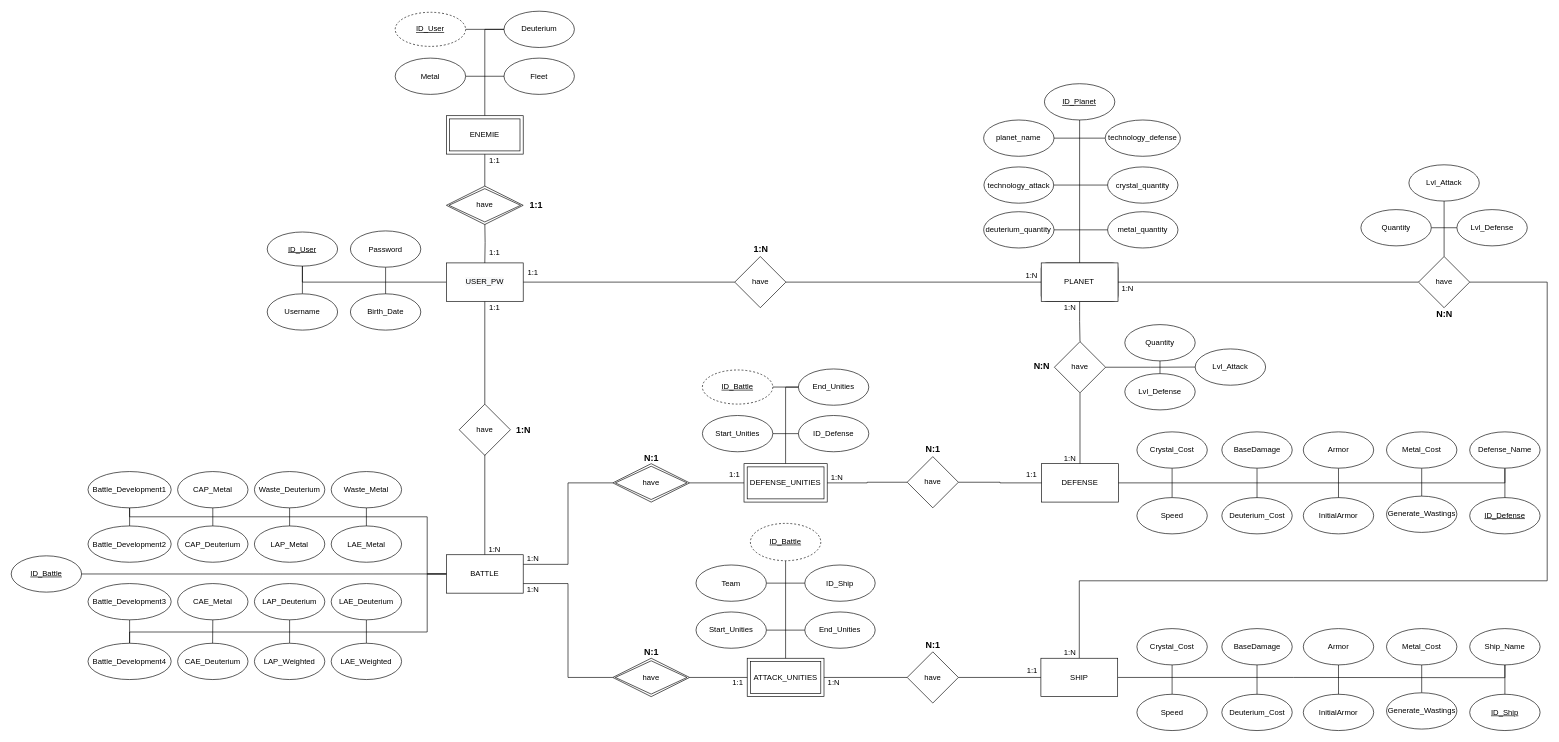
Earlier version of the draw.io diagram M2/diagama_de_chen/diagrama_chen.drawio (aleeiix10/ProjectPlanetWars). Source tidied: cells renumbered, new cells numbered last; positions are measured from the earlier drawing's top-left corner, leaving out a move shared by most shapes. Both pictures are drawn from the tidied source at 64%, with x=0, y=0 at pixel (11, 11).
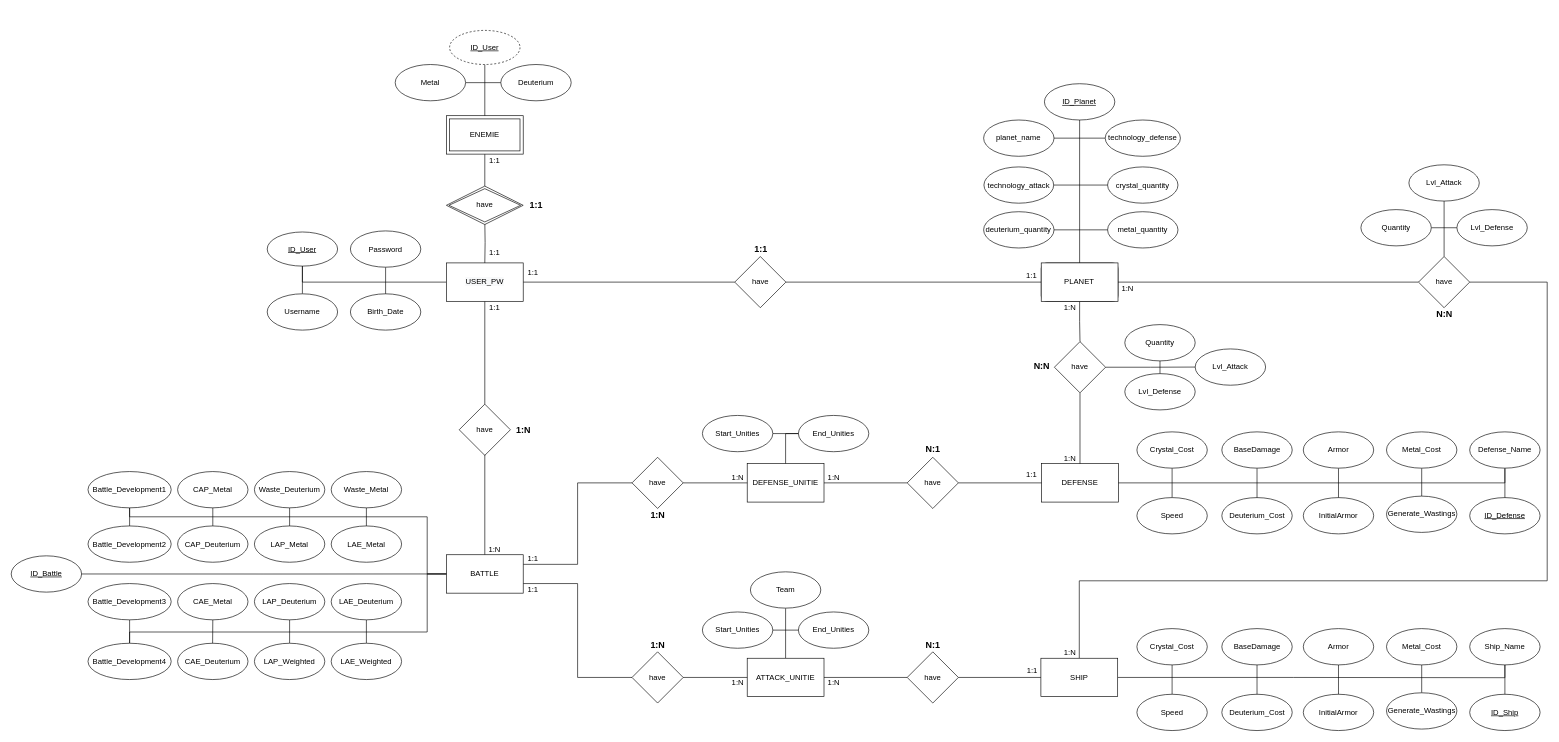
After the change.

Unchanged cells that the change refers to:
```xml
<mxCell id="12" value="BATTLE" style="rounded=0;whiteSpace=wrap;html=1;" parent="1" vertex="1">
  <mxGeometry x="680" y="849.3" width="120" height="60" as="geometry" />
</mxCell>
<mxCell id="63" value="&lt;span style=&quot;font-family: helvetica;&quot;&gt;ENEMIE&lt;/span&gt;" style="shape=ext;margin=3;double=1;whiteSpace=wrap;html=1;align=center;" parent="1" vertex="1">
  <mxGeometry x="680" y="163.3" width="120" height="60" as="geometry" />
</mxCell>
<mxCell id="168" value="have" style="rhombus;whiteSpace=wrap;html=1;" parent="1" vertex="1">
  <mxGeometry x="1400" y="1001" width="80" height="80" as="geometry" />
</mxCell>
```

What changed in the source:
```diff
@@
-    <mxCell id="9" style="edgeStyle=orthogonalEdgeStyle;rounded=0;jettySize=auto;html=1;exitX=1;exitY=0.25;exitDx=0;exitDy=0;entryX=0;entryY=0.5;entryDx=0;entryDy=0;endArrow=none;endFill=0;" parent="1" edge="1" source="12" target="28">
+    <mxCell id="9" style="edgeStyle=orthogonalEdgeStyle;rounded=0;jettySize=auto;html=1;exitX=1;exitY=0.25;exitDx=0;exitDy=0;entryX=0;entryY=0.5;entryDx=0;entryDy=0;endArrow=none;endFill=0;" parent="1" edge="1" source="12" target="184">
       <mxGeometry relative="1" as="geometry" />
     </mxCell>
-    <mxCell id="10" style="edgeStyle=orthogonalEdgeStyle;rounded=0;jettySize=auto;html=1;exitX=1;exitY=0.75;exitDx=0;exitDy=0;entryX=0;entryY=0.5;entryDx=0;entryDy=0;endArrow=none;endFill=0;" parent="1" edge="1" source="12" target="26">
+    <mxCell id="10" style="edgeStyle=orthogonalEdgeStyle;rounded=0;jettySize=auto;html=1;exitX=1;exitY=0.75;exitDx=0;exitDy=0;entryX=0;entryY=0.5;entryDx=0;entryDy=0;endArrow=none;endFill=0;" parent="1" edge="1" source="12" target="186">
       <mxGeometry relative="1" as="geometry" />
     </mxCell>
@@
-    <mxCell id="17" value="&lt;b&gt;&lt;font style=&quot;font-size: 14px&quot;&gt;1:N&lt;/font&gt;&lt;/b&gt;" style="text;html=1;align=center;verticalAlign=middle;strokeColor=none;fillColor=none;" parent="1" vertex="1">
+    <mxCell id="17" value="&lt;b&gt;&lt;font style=&quot;font-size: 14px&quot;&gt;1:1&lt;/font&gt;&lt;/b&gt;" style="text;html=1;align=center;verticalAlign=middle;strokeColor=none;fillColor=none;" parent="1" vertex="1">
       <mxGeometry x="1150.5" y="361.6" width="40" height="20" as="geometry" />
     </mxCell>
@@
-    <mxCell id="21" style="edgeStyle=orthogonalEdgeStyle;rounded=0;jettySize=auto;html=1;exitX=1;exitY=0.5;exitDx=0;exitDy=0;entryX=0;entryY=0.5;entryDx=0;entryDy=0;endArrow=none;endFill=0;" parent="1" edge="1" source="22" target="168">
+    <mxCell id="21" style="edgeStyle=orthogonalEdgeStyle;rounded=0;jettySize=auto;html=1;exitX=1;exitY=0.5;exitDx=0;exitDy=0;entryX=0;entryY=0.5;entryDx=0;entryDy=0;endArrow=none;endFill=0;" parent="1" edge="1" source="179" target="168">
       <mxGeometry relative="1" as="geometry" />
     </mxCell>
-    <mxCell id="22" value="ATTACK_UNITIES" style="shape=ext;margin=3;double=1;whiteSpace=wrap;html=1;align=center;" parent="1" vertex="1">
-      <mxGeometry x="1150" y="1011" width="120" height="60" as="geometry" />
-    </mxCell>
-    <mxCell id="23" style="edgeStyle=orthogonalEdgeStyle;rounded=0;jettySize=auto;html=1;exitX=0.5;exitY=0;exitDx=0;exitDy=0;entryX=0;entryY=0.5;entryDx=0;entryDy=0;endArrow=none;endFill=0;" parent="1" edge="1" source="24" target="141">
-      <mxGeometry relative="1" as="geometry" />
-    </mxCell>
-    <mxCell id="24" value="DEFENSE_UNITIES" style="shape=ext;margin=3;double=1;whiteSpace=wrap;html=1;align=center;" parent="1" vertex="1">
-      <mxGeometry x="1145" y="707" width="130" height="60" as="geometry" />
-    </mxCell>
-    <mxCell id="25" style="edgeStyle=orthogonalEdgeStyle;rounded=0;jettySize=auto;html=1;exitX=1;exitY=0.5;exitDx=0;exitDy=0;entryX=0;entryY=0.5;entryDx=0;entryDy=0;endArrow=none;endFill=0;" parent="1" edge="1" source="26" target="22">
-      <mxGeometry relative="1" as="geometry" />
-    </mxCell>
-    <mxCell id="26" value="have" style="shape=rhombus;double=1;perimeter=rhombusPerimeter;whiteSpace=wrap;html=1;align=center;" parent="1" vertex="1">
-      <mxGeometry x="940" y="1011" width="120" height="60" as="geometry" />
-    </mxCell>
-    <mxCell id="27" style="edgeStyle=orthogonalEdgeStyle;rounded=0;jettySize=auto;html=1;exitX=1;exitY=0.5;exitDx=0;exitDy=0;entryX=0;entryY=0.5;entryDx=0;entryDy=0;endArrow=none;endFill=0;" parent="1" edge="1" source="28" target="24">
-      <mxGeometry relative="1" as="geometry" />
-    </mxCell>
-    <mxCell id="28" value="have" style="shape=rhombus;double=1;perimeter=rhombusPerimeter;whiteSpace=wrap;html=1;align=center;" parent="1" vertex="1">
-      <mxGeometry x="940" y="707" width="120" height="60" as="geometry" />
-    </mxCell>
@@
-    <mxCell id="62" style="edgeStyle=orthogonalEdgeStyle;rounded=0;jettySize=auto;html=1;exitX=0.5;exitY=0;exitDx=0;exitDy=0;entryX=0;entryY=0.5;entryDx=0;entryDy=0;endArrow=none;endFill=0;" parent="1" edge="1" source="63" target="64">
-      <mxGeometry relative="1" as="geometry" />
-    </mxCell>
@@
     <mxCell id="64" value="Deuterium" style="ellipse;whiteSpace=wrap;html=1;" parent="1" vertex="1">
-      <mxGeometry x="770" width="110" height="56.7" as="geometry" />
+      <mxGeometry x="765" y="83.3" width="110" height="56.7" as="geometry" />
     </mxCell>
-    <mxCell id="65" value="Fleet" style="ellipse;whiteSpace=wrap;html=1;" parent="1" vertex="1">
-      <mxGeometry x="770" y="73.3" width="110" height="56.7" as="geometry" />
-    </mxCell>
-    <mxCell id="66" style="edgeStyle=orthogonalEdgeStyle;rounded=0;jettySize=auto;html=1;exitX=1;exitY=0.5;exitDx=0;exitDy=0;entryX=0;entryY=0.5;entryDx=0;entryDy=0;endArrow=none;endFill=0;" parent="1" edge="1" source="67" target="65">
-      <mxGeometry relative="1" as="geometry" />
-    </mxCell>
+    <mxCell id="175" style="edgeStyle=orthogonalEdgeStyle;rounded=0;jettySize=auto;html=1;exitX=1;exitY=0.5;exitDx=0;exitDy=0;entryX=0;entryY=0.5;entryDx=0;entryDy=0;endArrow=none;endFill=0;" parent="1" edge="1" source="67" target="64">
+      <mxGeometry relative="1" as="geometry" />
+    </mxCell>
     <mxCell id="67" value="Metal" style="ellipse;whiteSpace=wrap;html=1;" parent="1" vertex="1">
-      <mxGeometry x="600" y="73.3" width="110" height="56.7" as="geometry" />
+      <mxGeometry x="600" y="83.3" width="110" height="56.7" as="geometry" />
     </mxCell>
-    <mxCell id="68" style="edgeStyle=orthogonalEdgeStyle;rounded=0;jettySize=auto;html=1;exitX=1;exitY=0.5;exitDx=0;exitDy=0;entryX=0;entryY=0.5;entryDx=0;entryDy=0;endArrow=none;endFill=0;" parent="1" edge="1" source="69" target="64">
-      <mxGeometry relative="1" as="geometry" />
-    </mxCell>
+    <mxCell id="176" style="edgeStyle=orthogonalEdgeStyle;rounded=0;jettySize=auto;html=1;exitX=0.5;exitY=1;exitDx=0;exitDy=0;entryX=0.5;entryY=0;entryDx=0;entryDy=0;endArrow=none;endFill=0;" parent="1" edge="1" source="69" target="63">
+      <mxGeometry relative="1" as="geometry" />
+    </mxCell>
     <mxCell id="69" value="&lt;u&gt;ID_User&lt;/u&gt;" style="ellipse;whiteSpace=wrap;html=1;align=center;dashed=1;" parent="1" vertex="1">
-      <mxGeometry x="600" y="1.7" width="110" height="53.3" as="geometry" />
+      <mxGeometry x="685" y="30" width="110" height="53.3" as="geometry" />
     </mxCell>
@@
-    <mxCell id="88" value="1:N" style="text;html=1;align=center;verticalAlign=middle;strokeColor=none;fillColor=none;" parent="1" vertex="1">
+    <mxCell id="88" value="1:1" style="text;html=1;align=center;verticalAlign=middle;strokeColor=none;fillColor=none;" parent="1" vertex="1">
       <mxGeometry x="1579.4" y="403.3" width="30" height="20" as="geometry" />
     </mxCell>
@@
-    <mxCell id="138" style="edgeStyle=orthogonalEdgeStyle;rounded=0;jettySize=auto;html=1;exitX=0;exitY=0.5;exitDx=0;exitDy=0;entryX=1;entryY=0.5;entryDx=0;entryDy=0;endArrow=none;endFill=0;" parent="1" edge="1" source="167" target="24">
-      <mxGeometry relative="1" as="geometry" />
-    </mxCell>
@@
-    <mxCell id="140" value="ID_Defense" style="ellipse;whiteSpace=wrap;html=1;" parent="1" vertex="1">
-      <mxGeometry x="1230" y="631.7" width="110" height="56.7" as="geometry" />
-    </mxCell>
     <mxCell id="141" value="End_Unities" style="ellipse;whiteSpace=wrap;html=1;" parent="1" vertex="1">
-      <mxGeometry x="1230" y="559" width="110" height="56.7" as="geometry" />
+      <mxGeometry x="1230" y="631.6" width="110" height="56.7" as="geometry" />
     </mxCell>
-    <mxCell id="142" style="edgeStyle=orthogonalEdgeStyle;rounded=0;jettySize=auto;html=1;exitX=1;exitY=0.5;exitDx=0;exitDy=0;entryX=0;entryY=0.5;entryDx=0;entryDy=0;endArrow=none;endFill=0;" parent="1" edge="1" source="143" target="140">
-      <mxGeometry relative="1" as="geometry" />
-    </mxCell>
+    <mxCell id="177" style="edgeStyle=orthogonalEdgeStyle;rounded=0;jettySize=auto;html=1;exitX=1;exitY=0.5;exitDx=0;exitDy=0;entryX=0;entryY=0.5;entryDx=0;entryDy=0;endArrow=none;endFill=0;" parent="1" edge="1" source="143" target="141">
+      <mxGeometry relative="1" as="geometry" />
+    </mxCell>
     <mxCell id="143" value="Start_Unities" style="ellipse;whiteSpace=wrap;html=1;" parent="1" vertex="1">
-      <mxGeometry x="1080" y="631.7" width="110" height="56.7" as="geometry" />
+      <mxGeometry x="1080" y="631.6" width="110" height="56.7" as="geometry" />
     </mxCell>
-    <mxCell id="144" style="edgeStyle=orthogonalEdgeStyle;rounded=0;jettySize=auto;html=1;exitX=1;exitY=0.5;exitDx=0;exitDy=0;entryX=0;entryY=0.5;entryDx=0;entryDy=0;endArrow=none;endFill=0;" parent="1" edge="1" source="145" target="141">
-      <mxGeometry relative="1" as="geometry" />
-    </mxCell>
-    <mxCell id="145" value="&lt;u&gt;ID_Battle&lt;/u&gt;" style="ellipse;whiteSpace=wrap;html=1;align=center;dashed=1;" parent="1" vertex="1">
-      <mxGeometry x="1080" y="560.6" width="110" height="53.3" as="geometry" />
-    </mxCell>
-    <mxCell id="146" value="ID_Ship" style="ellipse;whiteSpace=wrap;html=1;" parent="1" vertex="1">
-      <mxGeometry x="1240" y="865.3" width="110" height="56.7" as="geometry" />
-    </mxCell>
     <mxCell id="147" value="End_Unities" style="ellipse;whiteSpace=wrap;html=1;" parent="1" vertex="1">
-      <mxGeometry x="1240" y="938.7" width="110" height="56.7" as="geometry" />
+      <mxGeometry x="1230" y="938.7" width="110" height="56.7" as="geometry" />
     </mxCell>
@@
     <mxCell id="149" value="Start_Unities" style="ellipse;whiteSpace=wrap;html=1;" parent="1" vertex="1">
-      <mxGeometry x="1070" y="938.7" width="110" height="56.7" as="geometry" />
+      <mxGeometry x="1080" y="938.7" width="110" height="56.7" as="geometry" />
     </mxCell>
-    <mxCell id="150" style="edgeStyle=orthogonalEdgeStyle;rounded=0;jettySize=auto;html=1;exitX=1;exitY=0.5;exitDx=0;exitDy=0;entryX=0;entryY=0.5;entryDx=0;entryDy=0;endArrow=none;endFill=0;" parent="1" edge="1" source="151" target="146">
-      <mxGeometry relative="1" as="geometry" />
-    </mxCell>
+    <mxCell id="178" style="edgeStyle=orthogonalEdgeStyle;rounded=0;jettySize=auto;html=1;exitX=0.5;exitY=1;exitDx=0;exitDy=0;entryX=0.5;entryY=0;entryDx=0;entryDy=0;endArrow=none;endFill=0;" parent="1" edge="1" source="151" target="179">
+      <mxGeometry relative="1" as="geometry" />
+    </mxCell>
     <mxCell id="151" value="Team" style="ellipse;whiteSpace=wrap;html=1;" parent="1" vertex="1">
-      <mxGeometry x="1070" y="865.3" width="110" height="56.7" as="geometry" />
+      <mxGeometry x="1155" y="876" width="110" height="56.7" as="geometry" />
     </mxCell>
-    <mxCell id="152" style="edgeStyle=orthogonalEdgeStyle;rounded=0;jettySize=auto;html=1;exitX=0.5;exitY=1;exitDx=0;exitDy=0;entryX=0.5;entryY=0;entryDx=0;entryDy=0;endArrow=none;endFill=0;" parent="1" edge="1" source="153" target="22">
-      <mxGeometry relative="1" as="geometry" />
-    </mxCell>
-    <mxCell id="153" value="&lt;u&gt;ID_Battle&lt;/u&gt;" style="ellipse;whiteSpace=wrap;html=1;align=center;dashed=1;" parent="1" vertex="1">
-      <mxGeometry x="1155" y="800.3" width="110" height="58.3" as="geometry" />
-    </mxCell>
-    <mxCell id="154" value="1:N" style="text;html=1;align=center;verticalAlign=middle;strokeColor=none;fillColor=none;" parent="1" vertex="1">
+    <mxCell id="154" value="1:1" style="text;html=1;align=center;verticalAlign=middle;strokeColor=none;fillColor=none;" parent="1" vertex="1">
       <mxGeometry x="800" y="845.3" width="30" height="20" as="geometry" />
     </mxCell>
-    <mxCell id="155" value="1:N" style="text;html=1;align=center;verticalAlign=middle;strokeColor=none;fillColor=none;" parent="1" vertex="1">
+    <mxCell id="155" value="1:1" style="text;html=1;align=center;verticalAlign=middle;strokeColor=none;fillColor=none;" parent="1" vertex="1">
       <mxGeometry x="800" y="894.3" width="30" height="20" as="geometry" />
     </mxCell>
     <mxCell id="156" value="1:N" style="text;html=1;align=center;verticalAlign=middle;strokeColor=none;fillColor=none;" parent="1" vertex="1">
-      <mxGeometry x="1275" y="719.3" width="30" height="20" as="geometry" />
+      <mxGeometry x="1270" y="719.3" width="30" height="20" as="geometry" />
     </mxCell>
-    <mxCell id="157" value="1:1" style="text;html=1;align=center;verticalAlign=middle;strokeColor=none;fillColor=none;" parent="1" vertex="1">
+    <mxCell id="157" value="1:N" style="text;html=1;align=center;verticalAlign=middle;strokeColor=none;fillColor=none;" parent="1" vertex="1">
       <mxGeometry x="1120" y="1040" width="30" height="20" as="geometry" />
     </mxCell>
-    <mxCell id="158" value="&lt;font style=&quot;font-size: 14px&quot;&gt;&lt;b&gt;N:1&lt;/b&gt;&lt;/font&gt;" style="text;html=1;align=center;verticalAlign=middle;strokeColor=none;fillColor=none;fontSize=12;" parent="1" vertex="1">
-      <mxGeometry x="980" y="991" width="40" height="20" as="geometry" />
+    <mxCell id="158" value="&lt;font style=&quot;font-size: 14px&quot;&gt;&lt;b&gt;1:N&lt;/b&gt;&lt;/font&gt;" style="text;html=1;align=center;verticalAlign=middle;strokeColor=none;fillColor=none;fontSize=12;" parent="1" vertex="1">
+      <mxGeometry x="990" y="981" width="40" height="20" as="geometry" />
     </mxCell>
-    <mxCell id="159" value="&lt;font style=&quot;font-size: 14px&quot;&gt;&lt;b&gt;N:1&lt;/b&gt;&lt;/font&gt;" style="text;html=1;align=center;verticalAlign=middle;strokeColor=none;fillColor=none;fontSize=12;" parent="1" vertex="1">
-      <mxGeometry x="980" y="688.7" width="40" height="20" as="geometry" />
+    <mxCell id="159" value="&lt;font style=&quot;font-size: 14px&quot;&gt;&lt;b&gt;1:N&lt;/b&gt;&lt;/font&gt;" style="text;html=1;align=center;verticalAlign=middle;strokeColor=none;fillColor=none;fontSize=12;" parent="1" vertex="1">
+      <mxGeometry x="990" y="778.3" width="40" height="20" as="geometry" />
     </mxCell>
@@
-    <mxCell id="161" value="1:1" style="text;html=1;align=center;verticalAlign=middle;strokeColor=none;fillColor=none;" parent="1" vertex="1">
-      <mxGeometry x="1115" y="714" width="30" height="20" as="geometry" />
+    <mxCell id="161" value="1:N" style="text;html=1;align=center;verticalAlign=middle;strokeColor=none;fillColor=none;" parent="1" vertex="1">
+      <mxGeometry x="1120" y="719.3" width="30" height="20" as="geometry" />
     </mxCell>
@@
     <mxCell id="167" value="have" style="rhombus;whiteSpace=wrap;html=1;" parent="1" vertex="1">
-      <mxGeometry x="1400" y="696" width="80" height="80" as="geometry" />
+      <mxGeometry x="1400" y="697" width="80" height="80" as="geometry" />
     </mxCell>
@@
+    <mxCell id="179" value="ATTACK_UNITIE" style="rounded=0;whiteSpace=wrap;html=1;" parent="1" vertex="1">
+      <mxGeometry x="1150" y="1011" width="120" height="60" as="geometry" />
+    </mxCell>
+    <mxCell id="180" style="edgeStyle=orthogonalEdgeStyle;rounded=0;jettySize=auto;html=1;exitX=1;exitY=0.5;exitDx=0;exitDy=0;entryX=0;entryY=0.5;entryDx=0;entryDy=0;endArrow=none;endFill=0;" parent="1" edge="1" source="182" target="167">
+      <mxGeometry relative="1" as="geometry" />
+    </mxCell>
+    <mxCell id="181" style="edgeStyle=orthogonalEdgeStyle;rounded=0;jettySize=auto;html=1;exitX=0.5;exitY=0;exitDx=0;exitDy=0;entryX=0;entryY=0.5;entryDx=0;entryDy=0;endArrow=none;endFill=0;" parent="1" edge="1" source="182" target="141">
+      <mxGeometry relative="1" as="geometry" />
+    </mxCell>
+    <mxCell id="182" value="DEFENSE_UNITIE" style="rounded=0;whiteSpace=wrap;html=1;" parent="1" vertex="1">
+      <mxGeometry x="1150" y="707" width="120" height="60" as="geometry" />
+    </mxCell>
+    <mxCell id="183" style="edgeStyle=orthogonalEdgeStyle;rounded=0;jettySize=auto;html=1;exitX=1;exitY=0.5;exitDx=0;exitDy=0;entryX=0;entryY=0.5;entryDx=0;entryDy=0;endArrow=none;endFill=0;" parent="1" edge="1" source="184" target="182">
+      <mxGeometry relative="1" as="geometry" />
+    </mxCell>
+    <mxCell id="184" value="have" style="rhombus;whiteSpace=wrap;html=1;" parent="1" vertex="1">
+      <mxGeometry x="970" y="697" width="80" height="80" as="geometry" />
+    </mxCell>
+    <mxCell id="185" style="edgeStyle=orthogonalEdgeStyle;rounded=0;jettySize=auto;html=1;exitX=1;exitY=0.5;exitDx=0;exitDy=0;entryX=0;entryY=0.5;entryDx=0;entryDy=0;endArrow=none;endFill=0;" parent="1" edge="1" source="186" target="179">
+      <mxGeometry relative="1" as="geometry" />
+    </mxCell>
+    <mxCell id="186" value="have" style="rhombus;whiteSpace=wrap;html=1;" parent="1" vertex="1">
+      <mxGeometry x="970" y="1001" width="80" height="80" as="geometry" />
+    </mxCell>
```
